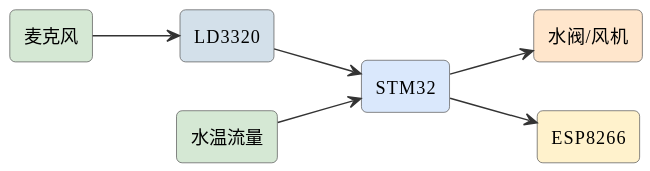
Earlier version of the PlantUML export assets/diagrams/ideas-fig12.svg (mingyi0818/IntelligentMcuCourse). The source it was exported from:
```plantuml
@startuml
skinparam defaultFontName "Microsoft YaHei"
skinparam rectangleRoundCorner 8
skinparam rectangleBorderColor #555
skinparam rectangleFontSize 13
skinparam arrowFontSize 11
skinparam arrowColor #333
left to right direction
rectangle "麦克风" as mic #d5e8d4
rectangle "LD3320" as ld #d3e0ea
rectangle "STM32" as stm #dae8fc
rectangle "水阀/风机" as valve #ffe6cc
rectangle "水温流量" as th #d5e8d4
rectangle "ESP8266" as esp #fff2cc
mic --> ld
ld --> stm
stm --> valve
th --> stm
stm --> esp
@enduml
```
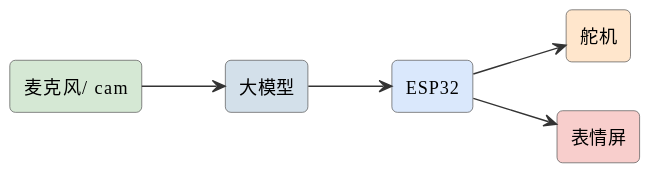
Above is the later version.

What changed in the source:
```diff
@@ -6,15 +6,13 @@
 skinparam arrowFontSize 11
 skinparam arrowColor #333
 left to right direction
-rectangle "麦克风" as mic #d5e8d4
-rectangle "LD3320" as ld #d3e0ea
-rectangle "STM32" as stm #dae8fc
-rectangle "水阀/风机" as valve #ffe6cc
-rectangle "水温流量" as th #d5e8d4
-rectangle "ESP8266" as esp #fff2cc
-mic --> ld
-ld --> stm
-stm --> valve
-th --> stm
-stm --> esp
+rectangle "麦克风/ cam" as mic #d5e8d4
+rectangle "大模型" as ai #d3e0ea
+rectangle "ESP32" as esp #dae8fc
+rectangle "舵机" as servo #ffe6cc
+rectangle "表情屏" as scr #f8cecc
+mic --> ai
+ai --> esp
+esp --> servo
+esp --> scr
 @enduml
```
